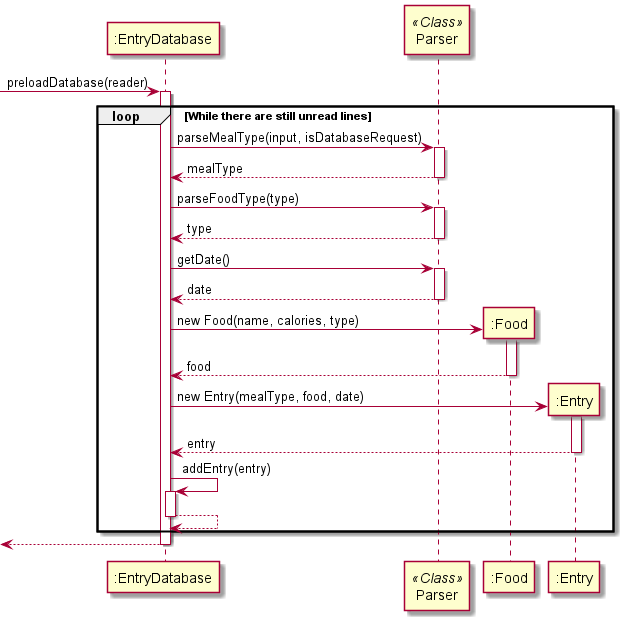
Above: docs/diagrams-DG/EntryDatabase_preLoadDatabase_Seq.png in praj-bellakka/tp (PlantUML), before the change.
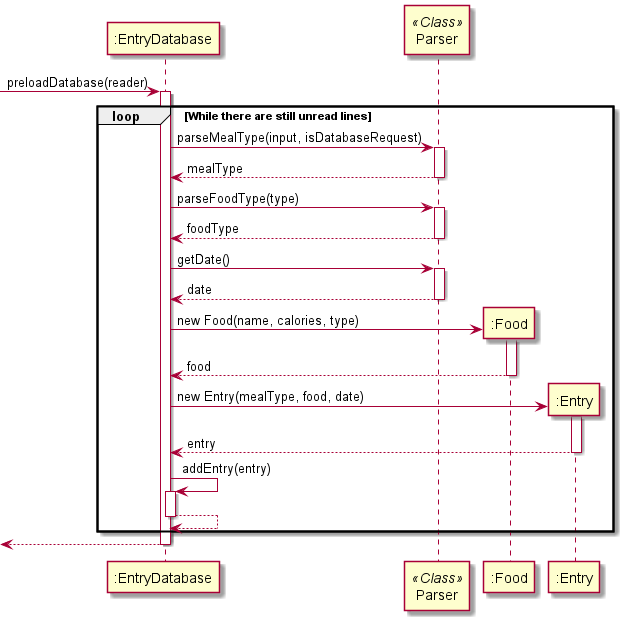
The same diagram one commit later.

What changed in the source:
```diff
@@ -11,7 +11,7 @@
 
     ":EntryDatabase" -> Parser: parseFoodType(type)
     activate Parser
-    return type
+    return foodType
 
     ":EntryDatabase" -> Parser: getDate()
     activate Parser
```
